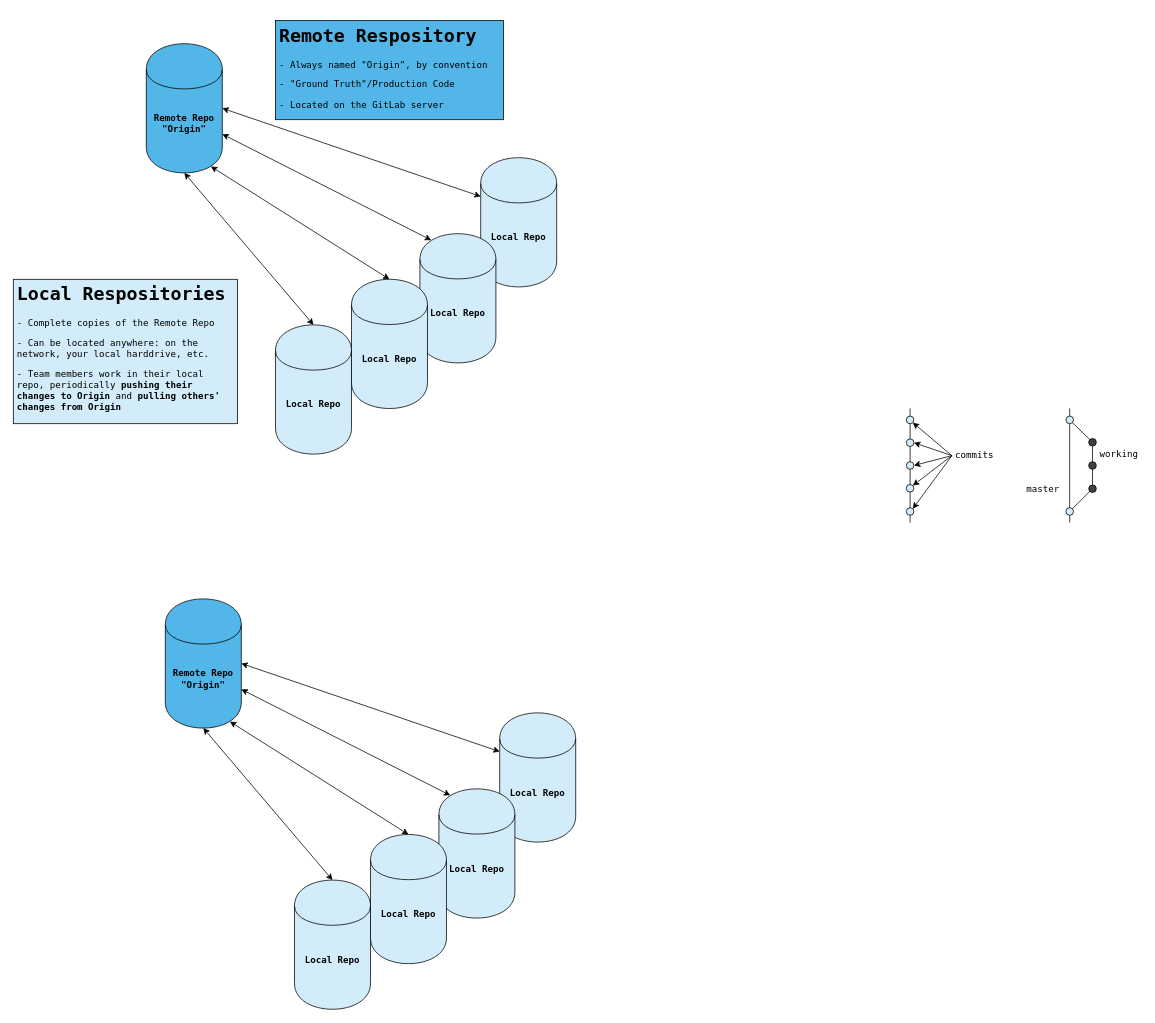
Above: img/diagrams.drawio in summitllc/git_school (draw.io), before the change. Source tidied: cells renumbered, new cells numbered last; positions are measured from the earlier drawing's top-left corner, leaving out a move shared by most shapes. Both pictures are drawn from the tidied source at 76%, with x=0, y=0 at pixel (13, 21).
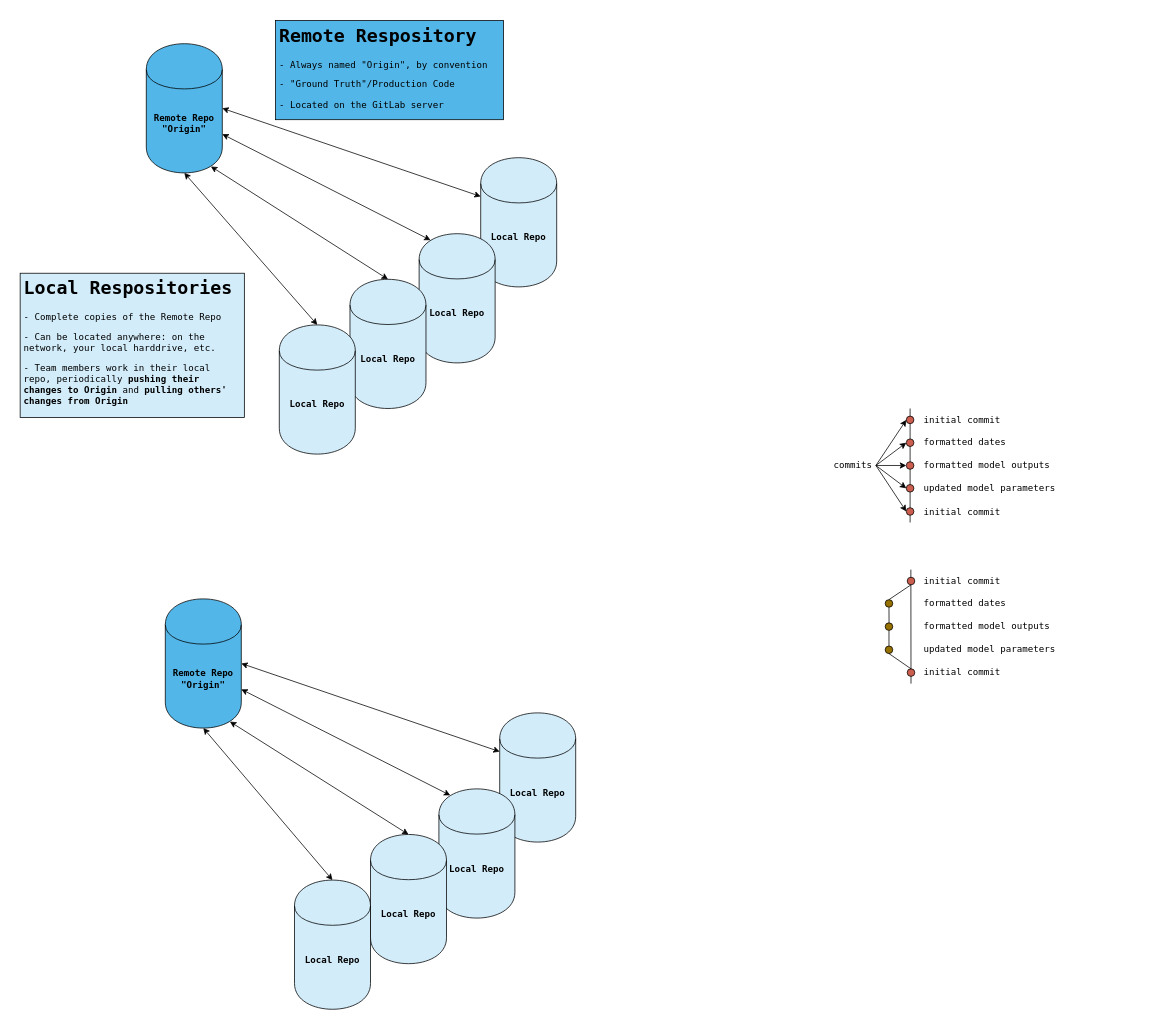
Above is the later version.

Commit message (it also covers changes not shown here):
updated branching diagrams

The edit, as a diff of the source:
```diff
@@
     <mxCell id="9" value="&lt;h1&gt;&lt;font face=&quot;Lucida Console&quot;&gt;Local Respositories&lt;/font&gt;&lt;/h1&gt;&lt;p&gt;&lt;font face=&quot;Lucida Console&quot;&gt;- Complete copies of the Remote Repo&lt;/font&gt;&lt;/p&gt;&lt;p&gt;&lt;font face=&quot;Lucida Console&quot;&gt;- Can be located anywhere: on the network, your local harddrive, etc.&lt;/font&gt;&lt;/p&gt;&lt;p&gt;&lt;font face=&quot;Lucida Console&quot;&gt;- Team members work in their local repo, periodically &lt;b&gt;pushing their changes to Origin&lt;/b&gt; and &lt;b&gt;pulling others' changes from Origin&lt;/b&gt;&lt;/font&gt;&lt;/p&gt;" style="text;html=1;strokeColor=#000000;fillColor=#D2ECF9;spacing=5;spacingTop=-20;whiteSpace=wrap;overflow=hidden;rounded=0;" parent="1" vertex="1">
-      <mxGeometry y="340" width="295" height="190" as="geometry" />
+      <mxGeometry x="9" y="332" width="295" height="190" as="geometry" />
     </mxCell>
     <mxCell id="10" value="&lt;b&gt;&lt;font face=&quot;Lucida Console&quot;&gt;Local&amp;nbsp;Repo&lt;/font&gt;&lt;/b&gt;" style="shape=cylinder;whiteSpace=wrap;html=1;boundedLbl=1;backgroundOutline=1;fillColor=#d2ecf9;" parent="1" vertex="1">
-      <mxGeometry x="535" y="280" width="100" height="170" as="geometry" />
+      <mxGeometry x="534" y="280" width="100" height="170" as="geometry" />
     </mxCell>
     <mxCell id="11" value="&lt;b&gt;&lt;font face=&quot;Lucida Console&quot;&gt;Local Repo&lt;/font&gt;&lt;/b&gt;" style="shape=cylinder;whiteSpace=wrap;html=1;boundedLbl=1;backgroundOutline=1;fillColor=#d2ecf9;" parent="1" vertex="1">
-      <mxGeometry x="445" y="340" width="100" height="170" as="geometry" />
+      <mxGeometry x="443" y="340" width="100" height="170" as="geometry" />
     </mxCell>
     <mxCell id="12" value="&lt;b&gt;&lt;font face=&quot;Lucida Console&quot;&gt;Local&amp;nbsp;Repo&lt;/font&gt;&lt;/b&gt;" style="shape=cylinder;whiteSpace=wrap;html=1;boundedLbl=1;backgroundOutline=1;fillColor=#d2ecf9;" parent="1" vertex="1">
-      <mxGeometry x="345" y="400" width="100" height="170" as="geometry" />
+      <mxGeometry x="350" y="400" width="100" height="170" as="geometry" />
     </mxCell>
@@
-    <mxCell id="22" style="group;" parent="1" vertex="1">
-      <mxGeometry x="1175" y="510" width="101.2" height="150" as="geometry" />
-    </mxCell>
-    <mxCell id="23" style="endArrow=none;html=1;" parent="22" edge="1">
-      <mxGeometry relative="1" as="geometry">
-        <mxPoint x="5" y="150" as="sourcePoint" />
-        <mxPoint x="5" as="targetPoint" />
-      </mxGeometry>
-    </mxCell>
-    <mxCell id="24" style="ellipse;whiteSpace=wrap;html=1;strokeColor=#000000;fillColor=#D2ECF9;" parent="22" vertex="1">
-      <mxGeometry y="70" width="10" height="10" as="geometry" />
-    </mxCell>
-    <mxCell id="25" style="ellipse;whiteSpace=wrap;html=1;strokeColor=#000000;fillColor=#D2ECF9;" parent="22" vertex="1">
-      <mxGeometry y="10" width="10" height="10" as="geometry" />
-    </mxCell>
-    <mxCell id="26" style="ellipse;whiteSpace=wrap;html=1;strokeColor=#000000;fillColor=#D2ECF9;" parent="22" vertex="1">
-      <mxGeometry y="100" width="10" height="10" as="geometry" />
-    </mxCell>
-    <mxCell id="27" style="ellipse;whiteSpace=wrap;html=1;strokeColor=#000000;fillColor=#D2ECF9;" parent="22" vertex="1">
-      <mxGeometry y="130.5" width="10" height="10" as="geometry" />
-    </mxCell>
-    <mxCell id="28" style="ellipse;whiteSpace=wrap;html=1;strokeColor=#000000;fillColor=#D2ECF9;" parent="22" vertex="1">
-      <mxGeometry y="40" width="10" height="10" as="geometry" />
-    </mxCell>
     <mxCell id="29" style="endArrow=none;html=1;" parent="1" edge="1">
       <mxGeometry relative="1" as="geometry">
-        <mxPoint x="1390" y="660" as="sourcePoint" />
-        <mxPoint x="1390" y="510" as="targetPoint" />
+        <mxPoint x="1181.2" y="872" as="sourcePoint" />
+        <mxPoint x="1181" y="722" as="targetPoint" />
       </mxGeometry>
     </mxCell>
-    <mxCell id="30" style="ellipse;whiteSpace=wrap;html=1;strokeColor=#000000;fillColor=#D2ECF9;" parent="1" vertex="1">
-      <mxGeometry x="1385" y="520" width="10" height="10" as="geometry" />
+    <mxCell id="30" style="ellipse;whiteSpace=wrap;html=1;strokeColor=#000000;fillColor=#cb5e4e;" parent="1" vertex="1">
+      <mxGeometry x="1176.2" y="732" width="10" height="10" as="geometry" />
     </mxCell>
-    <mxCell id="31" style="ellipse;whiteSpace=wrap;html=1;strokeColor=#000000;fillColor=#D2ECF9;" parent="1" vertex="1">
-      <mxGeometry x="1385" y="640.5" width="10" height="10" as="geometry" />
+    <mxCell id="31" style="ellipse;whiteSpace=wrap;html=1;strokeColor=#000000;fillColor=#cb5e4e;" parent="1" vertex="1">
+      <mxGeometry x="1176.2" y="852.5" width="10" height="10" as="geometry" />
     </mxCell>
     <mxCell id="32" value="&lt;font face=&quot;Lucida Console&quot;&gt;commits&lt;/font&gt;" style="text;html=1;strokeColor=none;fillColor=none;align=center;verticalAlign=middle;whiteSpace=wrap;rounded=0;" parent="1" vertex="1">
-      <mxGeometry x="1235" y="562" width="60" height="20" as="geometry" />
+      <mxGeometry x="1075" y="575" width="60" height="20" as="geometry" />
     </mxCell>
-    <mxCell id="33" style="endArrow=classic;html=1;exitX=0;exitY=0.5;exitDx=0;exitDy=0;entryX=1;entryY=1;entryDx=0;entryDy=0;" parent="1" edge="1" source="32" target="25">
+    <mxCell id="33" style="endArrow=classic;html=1;exitX=1;exitY=0.5;exitDx=0;exitDy=0;entryX=0;entryY=0.5;entryDx=0;entryDy=0;" parent="1" edge="1" source="32" target="25">
       <mxGeometry relative="1" as="geometry" />
     </mxCell>
-    <mxCell id="34" style="endArrow=classic;html=1;exitX=0;exitY=0.5;exitDx=0;exitDy=0;entryX=1;entryY=0.5;entryDx=0;entryDy=0;" parent="1" edge="1" source="32" target="28">
+    <mxCell id="34" style="endArrow=classic;html=1;exitX=1;exitY=0.5;exitDx=0;exitDy=0;entryX=0;entryY=0.5;entryDx=0;entryDy=0;" parent="1" edge="1" source="32" target="28">
       <mxGeometry relative="1" as="geometry" />
     </mxCell>
-    <mxCell id="35" style="endArrow=classic;html=1;exitX=0;exitY=0.5;exitDx=0;exitDy=0;entryX=1;entryY=0.5;entryDx=0;entryDy=0;" parent="1" edge="1" source="32" target="24">
+    <mxCell id="35" style="endArrow=classic;html=1;exitX=1;exitY=0.5;exitDx=0;exitDy=0;entryX=0;entryY=0.5;entryDx=0;entryDy=0;" parent="1" edge="1" source="32" target="24">
       <mxGeometry relative="1" as="geometry" />
     </mxCell>
-    <mxCell id="36" style="endArrow=classic;html=1;entryX=1;entryY=0;entryDx=0;entryDy=0;exitX=0;exitY=0.5;exitDx=0;exitDy=0;" parent="1" edge="1" source="32" target="26">
+    <mxCell id="36" style="endArrow=classic;html=1;exitX=1;exitY=0.5;exitDx=0;exitDy=0;entryX=0;entryY=0.5;entryDx=0;entryDy=0;" parent="1" edge="1" source="32" target="26">
       <mxGeometry relative="1" as="geometry" />
     </mxCell>
-    <mxCell id="37" style="endArrow=classic;html=1;exitX=0;exitY=0.5;exitDx=0;exitDy=0;entryX=1;entryY=0;entryDx=0;entryDy=0;" parent="1" edge="1" source="32" target="27">
+    <mxCell id="37" style="endArrow=classic;html=1;exitX=1;exitY=0.5;exitDx=0;exitDy=0;entryX=0;entryY=0.5;entryDx=0;entryDy=0;" parent="1" edge="1" source="32" target="27">
       <mxGeometry relative="1" as="geometry" />
     </mxCell>
@@
-    <mxCell id="39" style="ellipse;whiteSpace=wrap;html=1;strokeColor=#000000;fillColor=#404040;" parent="1" vertex="1">
-      <mxGeometry x="1415" y="580" width="10" height="10" as="geometry" />
+    <mxCell id="39" style="ellipse;whiteSpace=wrap;html=1;strokeColor=#000000;fillColor=#977100;" parent="1" vertex="1">
+      <mxGeometry x="1147.2" y="792" width="10" height="10" as="geometry" />
     </mxCell>
-    <mxCell id="40" style="ellipse;whiteSpace=wrap;html=1;strokeColor=#000000;fillColor=#404040;" parent="1" vertex="1">
-      <mxGeometry x="1415" y="610.5" width="10" height="10" as="geometry" />
+    <mxCell id="40" style="ellipse;whiteSpace=wrap;html=1;strokeColor=#000000;fillColor=#977100;" parent="1" vertex="1">
+      <mxGeometry x="1147.2" y="822.5" width="10" height="10" as="geometry" />
     </mxCell>
-    <mxCell id="41" style="endArrow=none;html=1;exitX=1;exitY=0;exitDx=0;exitDy=0;entryX=0;entryY=1;entryDx=0;entryDy=0;" parent="1" edge="1" source="31" target="40">
+    <mxCell id="41" style="endArrow=none;html=1;entryX=0.5;entryY=1;entryDx=0;entryDy=0;exitX=0.5;exitY=0;exitDx=0;exitDy=0;" parent="1" edge="1" source="31" target="40">
       <mxGeometry relative="1" as="geometry" />
     </mxCell>
-    <mxCell id="42" style="endArrow=none;html=1;exitX=1;exitY=1;exitDx=0;exitDy=0;entryX=0;entryY=0;entryDx=0;entryDy=0;" parent="1" edge="1" source="30" target="44">
+    <mxCell id="42" style="endArrow=none;html=1;entryX=0.5;entryY=0;entryDx=0;entryDy=0;exitX=0.5;exitY=1;exitDx=0;exitDy=0;" parent="1" edge="1" source="30" target="44">
       <mxGeometry relative="1" as="geometry" />
     </mxCell>
     <mxCell id="43" style="endArrow=none;html=1;exitX=0.5;exitY=0;exitDx=0;exitDy=0;entryX=0.5;entryY=1;entryDx=0;entryDy=0;" parent="1" edge="1" target="44">
       <mxGeometry relative="1" as="geometry">
-        <mxPoint x="1420" y="580" as="sourcePoint" />
+        <mxPoint x="1152.3" y="792" as="sourcePoint" />
       </mxGeometry>
     </mxCell>
-    <mxCell id="44" style="ellipse;whiteSpace=wrap;html=1;strokeColor=#000000;fillColor=#404040;" parent="1" vertex="1">
-      <mxGeometry x="1415" y="549.5" width="10" height="10" as="geometry" />
+    <mxCell id="44" style="ellipse;whiteSpace=wrap;html=1;strokeColor=#000000;fillColor=#977100;" parent="1" vertex="1">
+      <mxGeometry x="1147.2" y="761.5" width="10" height="10" as="geometry" />
     </mxCell>
-    <mxCell id="45" value="&lt;font face=&quot;Lucida Console&quot;&gt;master&lt;/font&gt;" style="text;html=1;strokeColor=none;fillColor=none;align=center;verticalAlign=middle;whiteSpace=wrap;rounded=0;" parent="1" vertex="1">
-      <mxGeometry x="1325" y="605.5" width="60" height="20" as="geometry" />
-    </mxCell>
-    <mxCell id="46" value="&lt;font face=&quot;Lucida Console&quot;&gt;working&lt;/font&gt;" style="text;html=1;strokeColor=none;fillColor=none;align=center;verticalAlign=middle;whiteSpace=wrap;rounded=0;" parent="1" vertex="1">
-      <mxGeometry x="1425" y="559.5" width="60" height="20" as="geometry" />
-    </mxCell>
+    <mxCell id="23" style="endArrow=none;html=1;" parent="1" edge="1">
+      <mxGeometry relative="1" as="geometry">
+        <mxPoint x="1180" y="660" as="sourcePoint" />
+        <mxPoint x="1180" y="510" as="targetPoint" />
+      </mxGeometry>
+    </mxCell>
+    <mxCell id="24" style="ellipse;whiteSpace=wrap;html=1;strokeColor=#000000;fillColor=#cb5e4e;" parent="1" vertex="1">
+      <mxGeometry x="1175" y="580" width="10" height="10" as="geometry" />
+    </mxCell>
+    <mxCell id="25" style="ellipse;whiteSpace=wrap;html=1;strokeColor=#000000;fillColor=#cb5e4e;" parent="1" vertex="1">
+      <mxGeometry x="1175" y="520" width="10" height="10" as="geometry" />
+    </mxCell>
+    <mxCell id="26" style="ellipse;whiteSpace=wrap;html=1;strokeColor=#000000;fillColor=#cb5e4e;" parent="1" vertex="1">
+      <mxGeometry x="1175" y="610" width="10" height="10" as="geometry" />
+    </mxCell>
+    <mxCell id="27" style="ellipse;whiteSpace=wrap;html=1;strokeColor=#000000;fillColor=#cb5e4e;" parent="1" vertex="1">
+      <mxGeometry x="1175" y="640.5" width="10" height="10" as="geometry" />
+    </mxCell>
+    <mxCell id="28" style="ellipse;whiteSpace=wrap;html=1;strokeColor=#000000;fillColor=#cb5e4e;" parent="1" vertex="1">
+      <mxGeometry x="1175" y="550" width="10" height="10" as="geometry" />
+    </mxCell>
+    <mxCell id="47" value="&lt;font face=&quot;Lucida Console&quot;&gt;initial commit&lt;/font&gt;" style="text;html=1;strokeColor=none;fillColor=none;align=left;verticalAlign=middle;whiteSpace=wrap;rounded=0;" parent="1" vertex="1">
+      <mxGeometry x="1195.6" y="635.5" width="119.4" height="20" as="geometry" />
+    </mxCell>
+    <mxCell id="48" value="&lt;font face=&quot;Lucida Console&quot;&gt;updated model parameters&lt;/font&gt;" style="text;html=1;strokeColor=none;fillColor=none;align=left;verticalAlign=middle;whiteSpace=wrap;rounded=0;" parent="1" vertex="1">
+      <mxGeometry x="1195.6" y="605" width="189.4" height="20" as="geometry" />
+    </mxCell>
+    <mxCell id="49" value="&lt;font face=&quot;Lucida Console&quot;&gt;initial commit&lt;/font&gt;" style="text;html=1;strokeColor=none;fillColor=none;align=left;verticalAlign=middle;whiteSpace=wrap;rounded=0;" parent="1" vertex="1">
+      <mxGeometry x="1195.6" y="515" width="119.4" height="20" as="geometry" />
+    </mxCell>
+    <mxCell id="50" value="&lt;font face=&quot;Lucida Console&quot;&gt;formatted dates&lt;/font&gt;" style="text;html=1;strokeColor=none;fillColor=none;align=left;verticalAlign=middle;whiteSpace=wrap;rounded=0;" parent="1" vertex="1">
+      <mxGeometry x="1195.6" y="545" width="119.4" height="20" as="geometry" />
+    </mxCell>
+    <mxCell id="51" value="&lt;font face=&quot;Lucida Console&quot;&gt;formatted model outputs&lt;/font&gt;" style="text;html=1;strokeColor=none;fillColor=none;align=left;verticalAlign=middle;whiteSpace=wrap;rounded=0;" parent="1" vertex="1">
+      <mxGeometry x="1195.6" y="575" width="179.4" height="20" as="geometry" />
+    </mxCell>
+    <mxCell id="52" value="&lt;font face=&quot;Lucida Console&quot;&gt;initial commit&lt;/font&gt;" style="text;html=1;strokeColor=none;fillColor=none;align=left;verticalAlign=middle;whiteSpace=wrap;rounded=0;" parent="1" vertex="1">
+      <mxGeometry x="1195.6" y="847.2" width="119.4" height="20" as="geometry" />
+    </mxCell>
+    <mxCell id="53" value="&lt;font face=&quot;Lucida Console&quot;&gt;updated model parameters&lt;/font&gt;" style="text;html=1;strokeColor=none;fillColor=none;align=left;verticalAlign=middle;whiteSpace=wrap;rounded=0;" parent="1" vertex="1">
+      <mxGeometry x="1195.6" y="816.8" width="189.4" height="20" as="geometry" />
+    </mxCell>
+    <mxCell id="54" value="&lt;font face=&quot;Lucida Console&quot;&gt;initial commit&lt;/font&gt;" style="text;html=1;strokeColor=none;fillColor=none;align=left;verticalAlign=middle;whiteSpace=wrap;rounded=0;" parent="1" vertex="1">
+      <mxGeometry x="1195.6" y="726.8" width="119.4" height="20" as="geometry" />
+    </mxCell>
+    <mxCell id="55" value="&lt;font face=&quot;Lucida Console&quot;&gt;formatted dates&lt;/font&gt;" style="text;html=1;strokeColor=none;fillColor=none;align=left;verticalAlign=middle;whiteSpace=wrap;rounded=0;" parent="1" vertex="1">
+      <mxGeometry x="1195.6" y="756.8" width="119.4" height="20" as="geometry" />
+    </mxCell>
+    <mxCell id="56" value="&lt;font face=&quot;Lucida Console&quot;&gt;formatted model outputs&lt;/font&gt;" style="text;html=1;strokeColor=none;fillColor=none;align=left;verticalAlign=middle;whiteSpace=wrap;rounded=0;" parent="1" vertex="1">
+      <mxGeometry x="1195.6" y="786.8" width="179.4" height="20" as="geometry" />
+    </mxCell>
```
